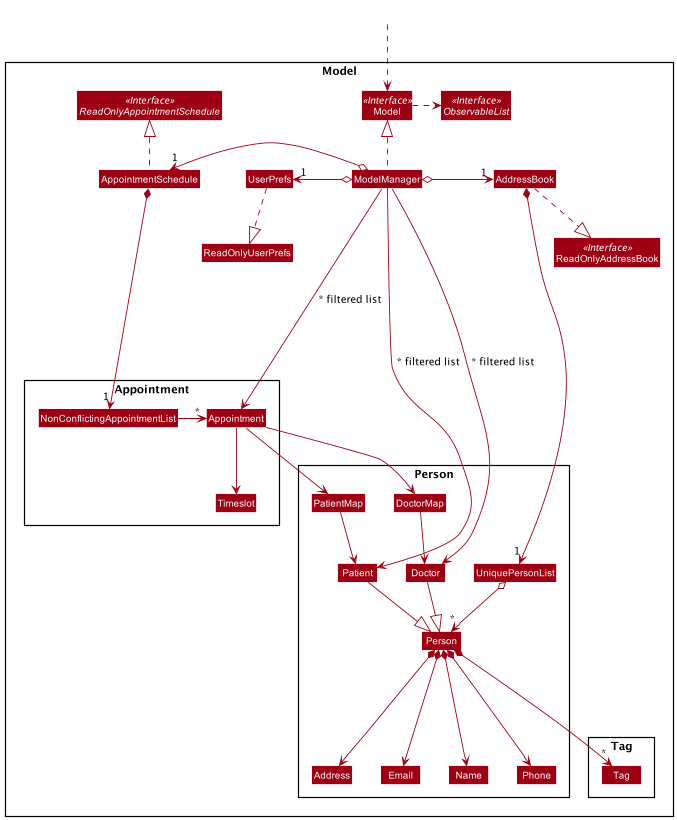
Before: docs/images/ModelClassDiagram.png, a diagram exported from PlantUML (nus-cs2103-AY2021S2/tp).
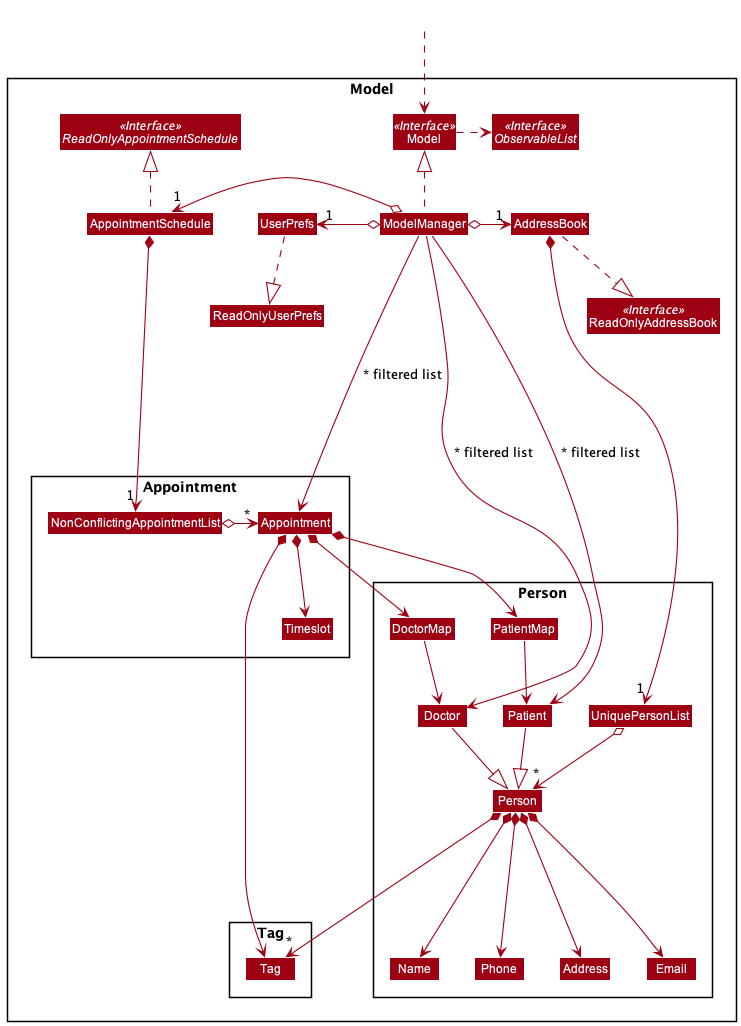
After the commit.

Commit message:
fix UML diagram

Change to the diagram source:
```diff
@@ -60,7 +60,7 @@
 AddressBook *--> "1" UniquePersonList
 AppointmentSchedule *--> "1" NonConflictingAppointmentList
 UniquePersonList o--> "*" Person
-NonConflictingAppointmentList O-left-> "*" Appointment
+NonConflictingAppointmentList o-left-> "*" Appointment
 Person *---> Name
 Person *---> Phone
 Person *---> Email
@@ -68,9 +68,10 @@
 Person *---> "*" Tag
 Patient --|> Person
 Doctor --|> Person
-Appointment --> PatientMap
-Appointment --> DoctorMap
-Appointment --> Timeslot
+Appointment *--> PatientMap
+Appointment *--> DoctorMap
+Appointment *--> Timeslot
+Appointment *--> Tag
 
 Name -[hidden]right-> Phone
 Phone -[hidden]right-> Address
```
